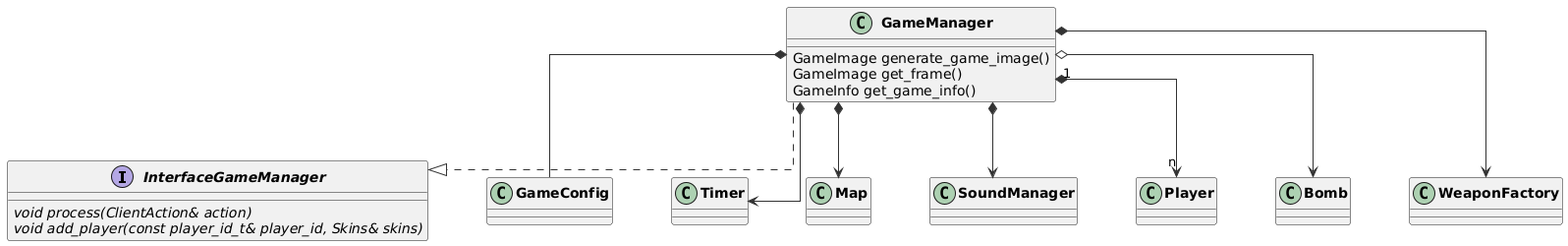
This is docs/class diagram/server/game/GameManagerUML.png from Yakolin/CS2D-grupo-13, a PlantUML export, as it was before one commit.
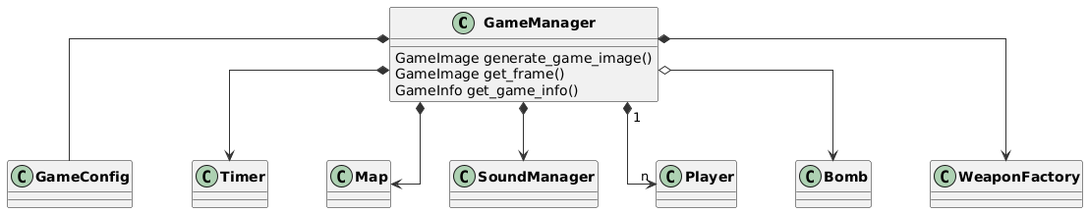
After the change.

Commit message:
Cambio diagramas

Diff of the diagram source:
```diff
@@ -7,11 +7,6 @@
 skinparam classAttributeIconSize 0
 skinparam ArrowColor #333333
 
-interface InterfaceGameManager {
-
-{abstract} void process(ClientAction& action)
-{abstract} void add_player(const player_id_t& player_id, Skins& skins)
-}
 class GameManager{
  GameImage generate_game_image()
  GameImage get_frame()
@@ -39,5 +34,4 @@
 GameManager *--> SoundManager
 GameManager "1"*-->"n" Player
 GameManager o--> Bomb
-GameManager ..|> InterfaceGameManager
 @enduml
```
